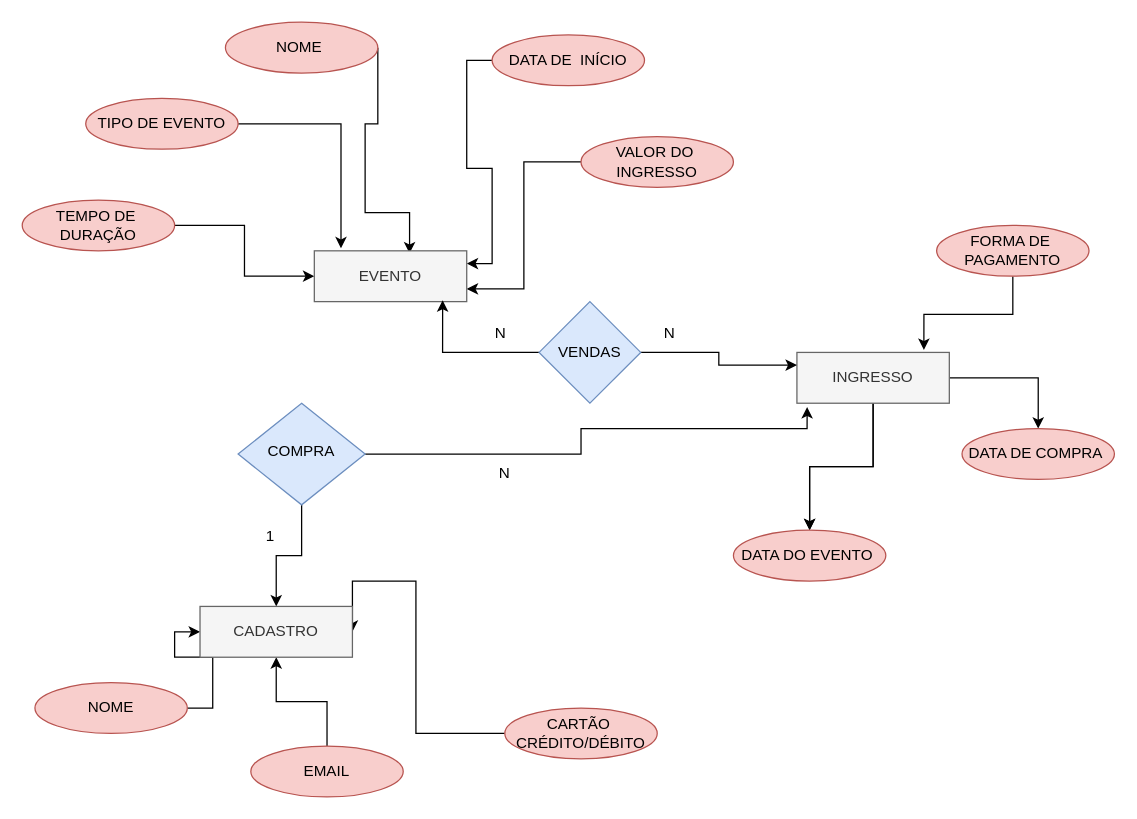
The draw.io diagram Diagrama sem nome.drawio in maelmascarenhas/AulaJavaUnicap, before the edit. Source tidied: cells renumbered, new cells numbered last; positions are measured from the earlier drawing's top-left corner, leaving out a move shared by most shapes. Both pictures are drawn from the tidied source at 127%, with x=0, y=0 at pixel (22, 22).
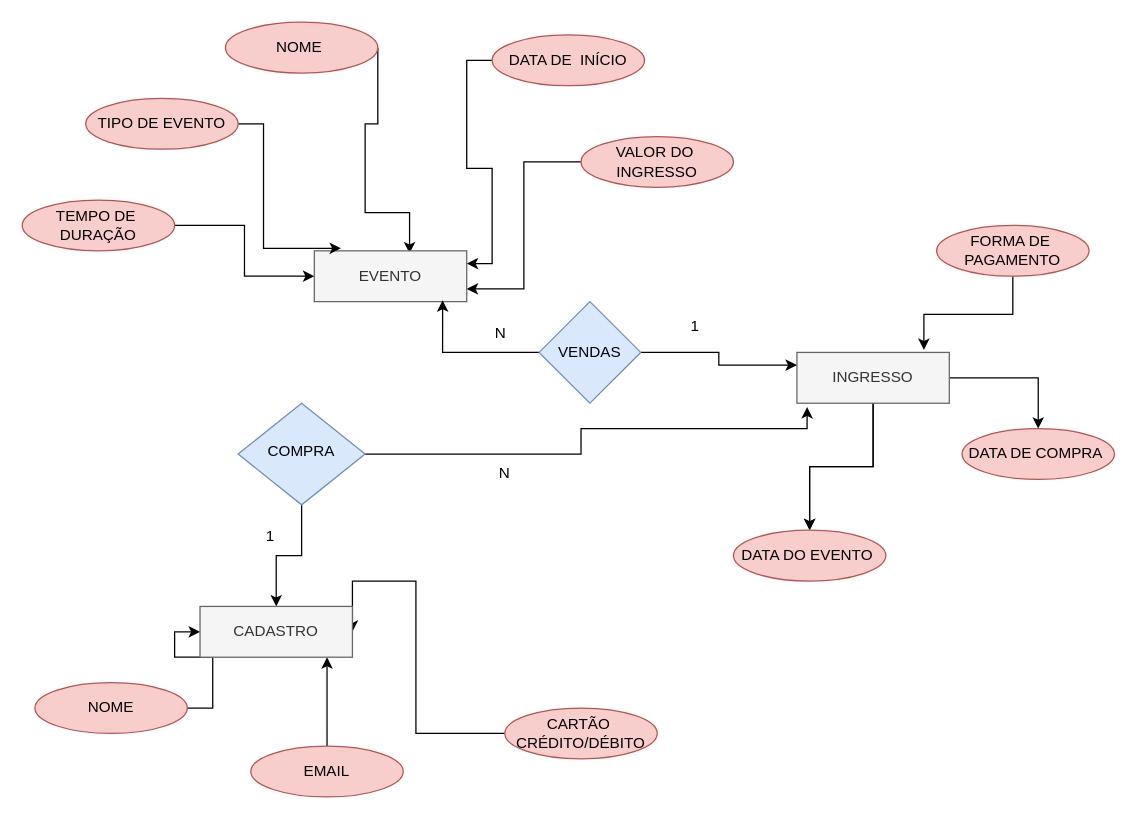
Above is the later version.

Unchanged cells that the change refers to:
```xml
<mxCell id="8" value="EMAIL" style="ellipse;whiteSpace=wrap;html=1;fillColor=#f8cecc;strokeColor=#b85450;" parent="1" vertex="1">
  <mxGeometry x="180" y="570" width="120" height="40" as="geometry" />
</mxCell>
<mxCell id="19" value="EVENTO" style="rounded=0;whiteSpace=wrap;html=1;fillColor=#f5f5f5;strokeColor=#666666;fontColor=#333333;" parent="1" vertex="1">
  <mxGeometry x="230" y="180" width="120" height="40" as="geometry" />
</mxCell>
<mxCell id="20" value="CADASTRO" style="rounded=0;whiteSpace=wrap;html=1;fillColor=#f5f5f5;fontColor=#333333;strokeColor=#666666;" parent="1" vertex="1">
  <mxGeometry x="140" y="460" width="120" height="40" as="geometry" />
</mxCell>
<mxCell id="24" value="INGRESSO" style="rounded=0;whiteSpace=wrap;html=1;fillColor=#f5f5f5;strokeColor=#666666;fontColor=#333333;" parent="1" vertex="1">
  <mxGeometry x="610" y="260" width="120" height="40" as="geometry" />
</mxCell>
<mxCell id="29" value="VENDAS" style="rhombus;whiteSpace=wrap;html=1;fillColor=#dae8fc;strokeColor=#6c8ebf;" parent="1" vertex="1">
  <mxGeometry x="407" y="220" width="80" height="80" as="geometry" />
</mxCell>
<mxCell id="33" value="TIPO DE EVENTO" style="ellipse;whiteSpace=wrap;html=1;fillColor=#f8cecc;strokeColor=#b85450;" parent="1" vertex="1">
  <mxGeometry x="50" y="60" width="120" height="40" as="geometry" />
</mxCell>
```

What changed in the source:
```diff
@@
     <mxCell id="7" style="edgeStyle=orthogonalEdgeStyle;rounded=0;jettySize=auto;html=1;" parent="1" edge="1" source="8" target="20">
-      <mxGeometry relative="1" as="geometry" />
+      <mxGeometry relative="1" as="geometry">
+        <Array as="points">
+          <mxPoint x="190" y="490" />
+          <mxPoint x="190" y="490" />
+        </Array>
+      </mxGeometry>
     </mxCell>
@@
-    <mxCell id="28" style="edgeStyle=orthogonalEdgeStyle;rounded=0;jettySize=auto;html=1;exitX=1;exitY=0.5;exitDx=0;exitDy=0;entryX=0;entryY=0.25;entryDx=0;entryDy=0;" parent="1" edge="1" source="29" target="24">
+    <mxCell id="28" style="edgeStyle=orthogonalEdgeStyle;rounded=0;jettySize=auto;html=1;entryX=0;entryY=0.25;entryDx=0;entryDy=0;" parent="1" edge="1" source="29" target="24">
       <mxGeometry relative="1" as="geometry" />
     </mxCell>
@@
-    <mxCell id="31" value="N" style="text;html=1;strokeColor=none;fillColor=none;align=center;verticalAlign=middle;whiteSpace=wrap;rounded=0;" parent="1" vertex="1">
-      <mxGeometry x="480" y="230" width="60" height="30" as="geometry" />
-    </mxCell>
     <mxCell id="32" style="edgeStyle=orthogonalEdgeStyle;rounded=0;jettySize=auto;html=1;entryX=0.175;entryY=-0.05;entryDx=0;entryDy=0;entryPerimeter=0;" parent="1" edge="1" source="33" target="19">
-      <mxGeometry relative="1" as="geometry" />
+      <mxGeometry relative="1" as="geometry">
+        <Array as="points">
+          <mxPoint x="190" y="80" />
+          <mxPoint x="190" y="178" />
+        </Array>
+      </mxGeometry>
     </mxCell>
@@
+    <mxCell id="31" value="1" style="text;html=1;strokeColor=none;fillColor=none;align=center;verticalAlign=middle;whiteSpace=wrap;rounded=0;" parent="1" vertex="1">
+      <mxGeometry x="500" y="220" width="60" height="40" as="geometry" />
+    </mxCell>
```
